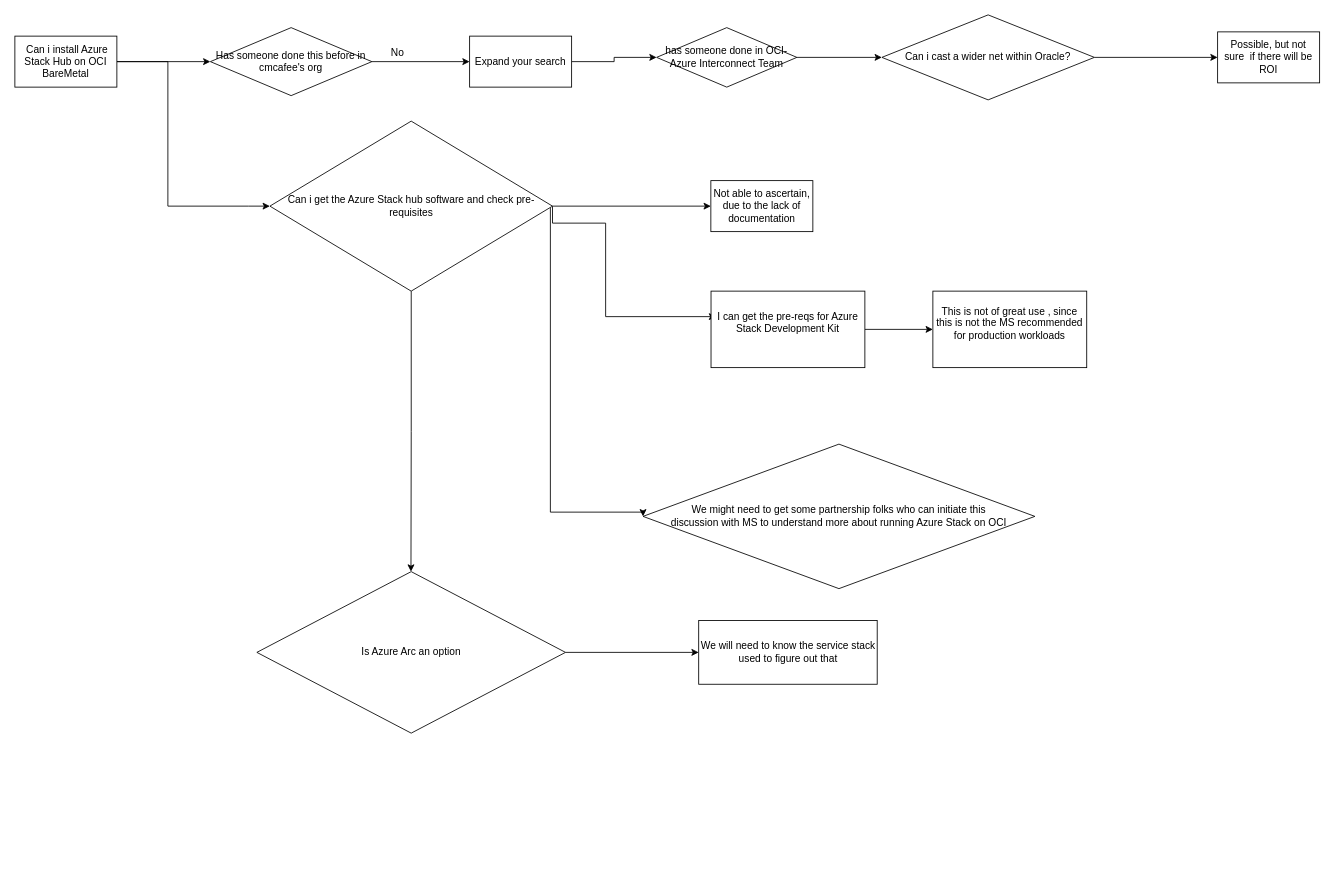
Earlier version of the draw.io diagram AprimoDiscovery.drawio (BharathGmail/EHI_POC). Source tidied: cells renumbered, new cells numbered last; positions are measured from the earlier drawing's top-left corner, leaving out a move shared by most shapes. Both pictures are drawn from the tidied source at 85%, with x=0, y=0 at pixel (14, 14).
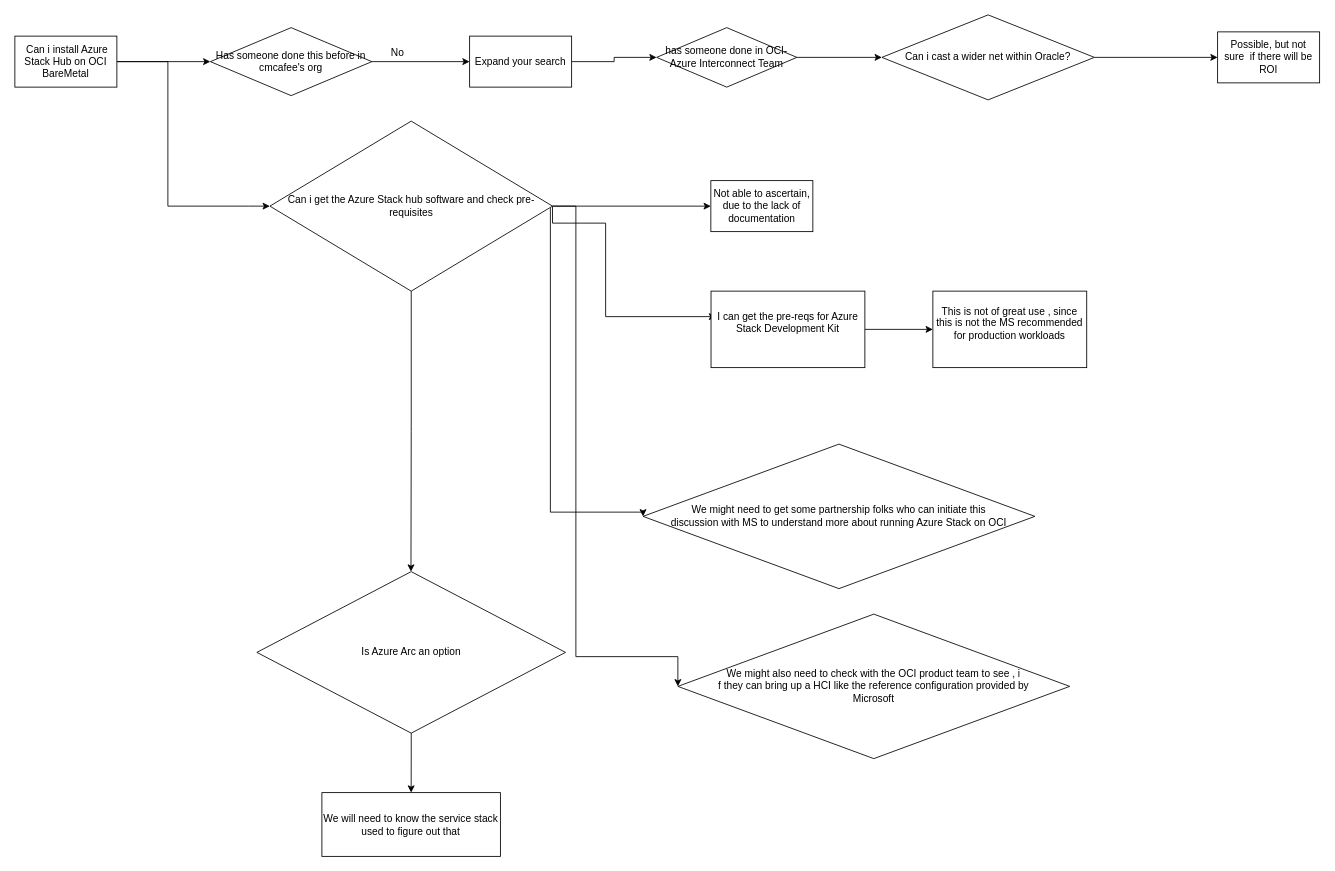
After the change.

The change refers to these unchanged cells:
```xml
<mxCell id="18" value="Can i get the Azure Stack hub software and check pre-requisites " style="rhombus;whiteSpace=wrap;html=1;rounded=0;" parent="1" vertex="1">
  <mxGeometry x="300" y="125" width="332.5" height="200" as="geometry" />
</mxCell>
```

What changed in the source:
```diff
@@
+    <mxCell id="28" style="edgeStyle=orthogonalEdgeStyle;rounded=0;jettySize=auto;html=1;entryX=0;entryY=0.5;entryDx=0;entryDy=0;" parent="1" edge="1" source="18" target="29">
+      <mxGeometry relative="1" as="geometry">
+        <Array as="points">
+          <mxPoint x="660" y="225" />
+          <mxPoint x="660" y="755" />
+          <mxPoint x="780" y="755" />
+        </Array>
+      </mxGeometry>
+    </mxCell>
@@
     <mxCell id="27" value="We will need to know the service stack used to figure out that" style="rounded=0;whiteSpace=wrap;html=1;" parent="1" vertex="1">
-      <mxGeometry x="804.5" y="712.5" width="210" height="75" as="geometry" />
+      <mxGeometry x="361.2" y="915" width="210" height="75" as="geometry" />
     </mxCell>
+    <mxCell id="29" value="&lt;div&gt;We might also need to check with the OCI product team to see , i&lt;/div&gt;&lt;div&gt;f they can bring up a HCI like the reference configuration provided by &lt;br&gt;&lt;/div&gt;&lt;div&gt;Microsoft&lt;br&gt;&lt;/div&gt;" style="rhombus;whiteSpace=wrap;html=1;" parent="1" vertex="1">
+      <mxGeometry x="780" y="705" width="461" height="170" as="geometry" />
+    </mxCell>
```
